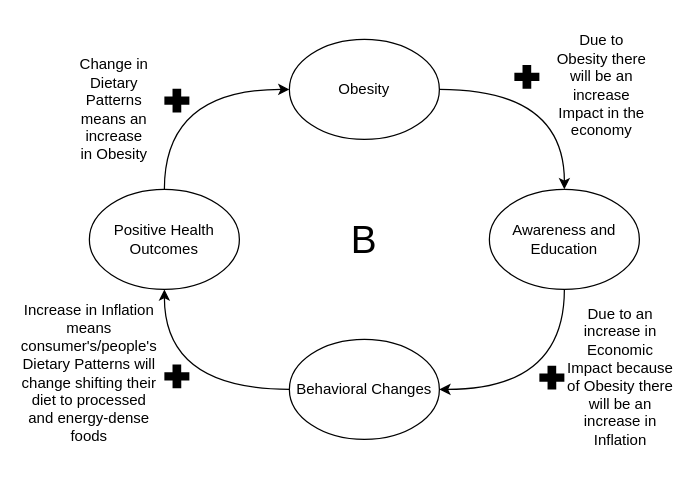
Jayrou12345/Flowchart keeps this draw.io diagram as cs4b.drawio. Above is the earlier version. Source tidied: cells renumbered, new cells numbered last; positions are measured from the earlier drawing's top-left corner, leaving out a move shared by most shapes. Both pictures are drawn from the tidied source at 125%, with x=0, y=0 at pixel (39, 39).
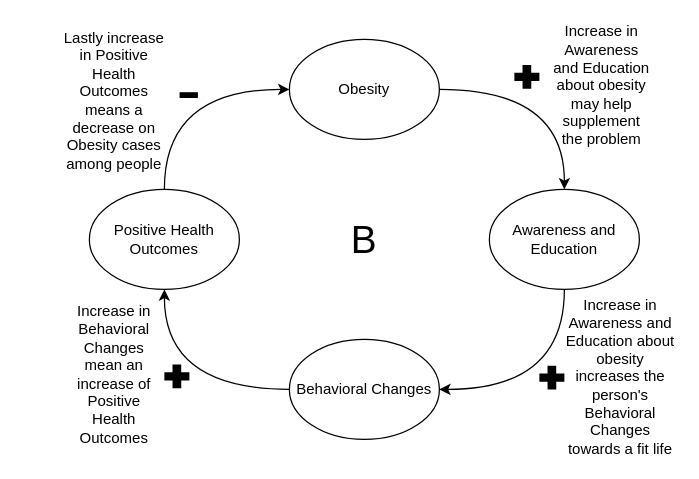
The same diagram, later.

What changed in the source:
```diff
@@
 <mxGraphModel>
   <root>
     <mxCell id="0" />
     <mxCell id="1" parent="0" />
     <mxCell id="2" style="edgeStyle=orthogonalEdgeStyle;rounded=0;jettySize=auto;html=1;exitX=1;exitY=0.5;exitDx=0;exitDy=0;curved=1;" parent="1" edge="1" source="3" target="9">
       <mxGeometry relative="1" as="geometry" />
     </mxCell>
     <mxCell id="3" style="ellipse;whiteSpace=wrap;html=1;" parent="1" vertex="1">
       <mxGeometry x="200" width="120" height="80" as="geometry" />
     </mxCell>
     <mxCell id="4" style="edgeStyle=orthogonalEdgeStyle;rounded=0;jettySize=auto;html=1;exitX=0.5;exitY=0;exitDx=0;exitDy=0;entryX=0;entryY=0.5;entryDx=0;entryDy=0;curved=1;" parent="1" edge="1" source="5" target="3">
       <mxGeometry relative="1" as="geometry" />
     </mxCell>
     <mxCell id="5" value="Positive Health Outcomes" style="ellipse;whiteSpace=wrap;html=1;" parent="1" vertex="1">
       <mxGeometry x="40" y="120" width="120" height="80" as="geometry" />
     </mxCell>
     <mxCell id="6" style="edgeStyle=orthogonalEdgeStyle;rounded=0;jettySize=auto;html=1;exitX=0;exitY=0.5;exitDx=0;exitDy=0;entryX=0.5;entryY=1;entryDx=0;entryDy=0;curved=1;" parent="1" edge="1" source="7" target="5">
       <mxGeometry relative="1" as="geometry" />
     </mxCell>
     <mxCell id="7" value="Behavioral Changes" style="ellipse;whiteSpace=wrap;html=1;" parent="1" vertex="1">
       <mxGeometry x="200" y="240" width="120" height="80" as="geometry" />
     </mxCell>
     <mxCell id="8" style="edgeStyle=orthogonalEdgeStyle;rounded=0;jettySize=auto;html=1;exitX=0.5;exitY=1;exitDx=0;exitDy=0;entryX=1;entryY=0.5;entryDx=0;entryDy=0;curved=1;" parent="1" edge="1" source="9" target="7">
       <mxGeometry relative="1" as="geometry" />
     </mxCell>
     <mxCell id="9" value="Awareness and Education" style="ellipse;whiteSpace=wrap;html=1;" parent="1" vertex="1">
       <mxGeometry x="360" y="120" width="120" height="80" as="geometry" />
     </mxCell>
     <mxCell id="10" value="Obesity" style="text;html=1;strokeColor=none;fillColor=none;align=center;verticalAlign=middle;whiteSpace=wrap;rounded=0;" parent="1" vertex="1">
       <mxGeometry x="210" y="25" width="100" height="30" as="geometry" />
     </mxCell>
     <mxCell id="11" value="B" style="text;html=1;strokeColor=none;fillColor=none;align=center;verticalAlign=middle;whiteSpace=wrap;rounded=0;fontSize=31;" parent="1" vertex="1">
       <mxGeometry x="230" y="145" width="60" height="30" as="geometry" />
     </mxCell>
     <mxCell id="12" style="shape=mxgraph.signs.healthcare.first_aid;html=1;fillColor=#000000;strokeColor=none;verticalLabelPosition=bottom;verticalAlign=top;align=center;" parent="1" vertex="1">
       <mxGeometry x="100" y="260" width="20" height="19" as="geometry" />
     </mxCell>
-    <mxCell id="13" value="Due to Obesity there will be an increase Impact in the economy" style="text;html=1;strokeColor=none;fillColor=none;align=center;verticalAlign=middle;whiteSpace=wrap;rounded=0;" parent="1" vertex="1">
+    <mxCell id="13" value="Increase in Awareness and Education about obesity may help supplement the problem" style="text;html=1;strokeColor=none;fillColor=none;align=center;verticalAlign=middle;whiteSpace=wrap;rounded=0;" parent="1" vertex="1">
       <mxGeometry x="410" y="21.5" width="80" height="30" as="geometry" />
     </mxCell>
-    <mxCell id="14" value="Due to an increase in Economic Impact because of Obesity there will be an increase in Inflation" style="text;html=1;strokeColor=none;fillColor=none;align=center;verticalAlign=middle;whiteSpace=wrap;rounded=0;" parent="1" vertex="1">
+    <mxCell id="14" value="Increase in Awareness and Education about obesity increases the person's Behavioral Changes towards a fit life" style="text;html=1;strokeColor=none;fillColor=none;align=center;verticalAlign=middle;whiteSpace=wrap;rounded=0;" parent="1" vertex="1">
       <mxGeometry x="420" y="254.5" width="90" height="30" as="geometry" />
     </mxCell>
-    <mxCell id="15" value="Increase in Inflation means consumer's/people's Dietary Patterns will change shifting their diet to processed and energy-dense foods" style="text;html=1;strokeColor=none;fillColor=none;align=center;verticalAlign=middle;whiteSpace=wrap;rounded=0;" parent="1" vertex="1">
-      <mxGeometry y="239.5" width="80" height="55.5" as="geometry" />
+    <mxCell id="15" value="Increase in Behavioral Changes mean an increase of Positive Health Outcomes" style="text;html=1;strokeColor=none;fillColor=none;align=center;verticalAlign=middle;whiteSpace=wrap;rounded=0;" parent="1" vertex="1">
+      <mxGeometry x="20" y="240" width="80" height="55.5" as="geometry" />
     </mxCell>
-    <mxCell id="16" value="Change in Dietary Patterns means an increase in Obesity" style="text;html=1;strokeColor=none;fillColor=none;align=center;verticalAlign=middle;whiteSpace=wrap;rounded=0;" parent="1" vertex="1">
-      <mxGeometry x="30" y="40.5" width="60" height="30" as="geometry" />
+    <mxCell id="16" value="Lastly increase in Positive Health Outcomes means a decrease on Obesity cases among people" style="text;html=1;strokeColor=none;fillColor=none;align=center;verticalAlign=middle;whiteSpace=wrap;rounded=0;" parent="1" vertex="1">
+      <mxGeometry x="15" y="34" width="90" height="30" as="geometry" />
     </mxCell>
-    <mxCell id="17" style="shape=mxgraph.signs.healthcare.first_aid;html=1;fillColor=#000000;strokeColor=none;verticalLabelPosition=bottom;verticalAlign=top;align=center;" parent="1" vertex="1">
-      <mxGeometry x="100" y="39.5" width="20" height="19" as="geometry" />
-    </mxCell>
     <mxCell id="18" style="shape=mxgraph.signs.healthcare.first_aid;html=1;fillColor=#000000;strokeColor=none;verticalLabelPosition=bottom;verticalAlign=top;align=center;" parent="1" vertex="1">
       <mxGeometry x="400" y="261" width="20" height="19" as="geometry" />
     </mxCell>
     <mxCell id="19" style="shape=mxgraph.signs.healthcare.first_aid;html=1;fillColor=#000000;strokeColor=none;verticalLabelPosition=bottom;verticalAlign=top;align=center;" parent="1" vertex="1">
       <mxGeometry x="380" y="20.5" width="20" height="19" as="geometry" />
     </mxCell>
+    <mxCell id="20" value="&lt;font style=&quot;font-size: 60px;&quot;&gt;-&lt;/font&gt;" style="text;html=1;strokeColor=none;fillColor=none;align=center;verticalAlign=middle;whiteSpace=wrap;rounded=0;" parent="1" vertex="1">
+      <mxGeometry x="90" y="25" width="60" height="30" as="geometry" />
+    </mxCell>
   </root>
 </mxGraphModel>
```
